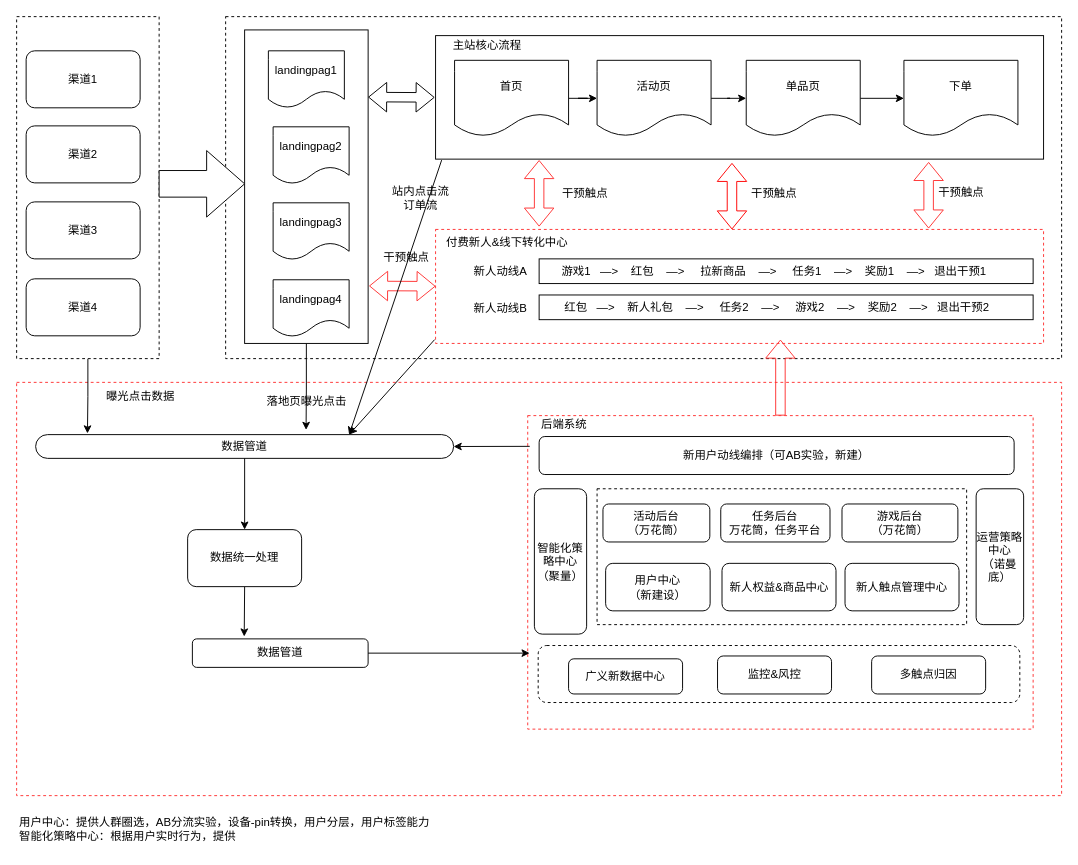
Before: Untitled Diagram.drawio in lishanlin/doc, a draw.io diagram. Source tidied: cells renumbered, new cells numbered last; positions are measured from the earlier drawing's top-left corner, leaving out a move shared by most shapes. Both pictures are drawn from the tidied source at 95%, with x=0, y=0 at pixel (16, 16).
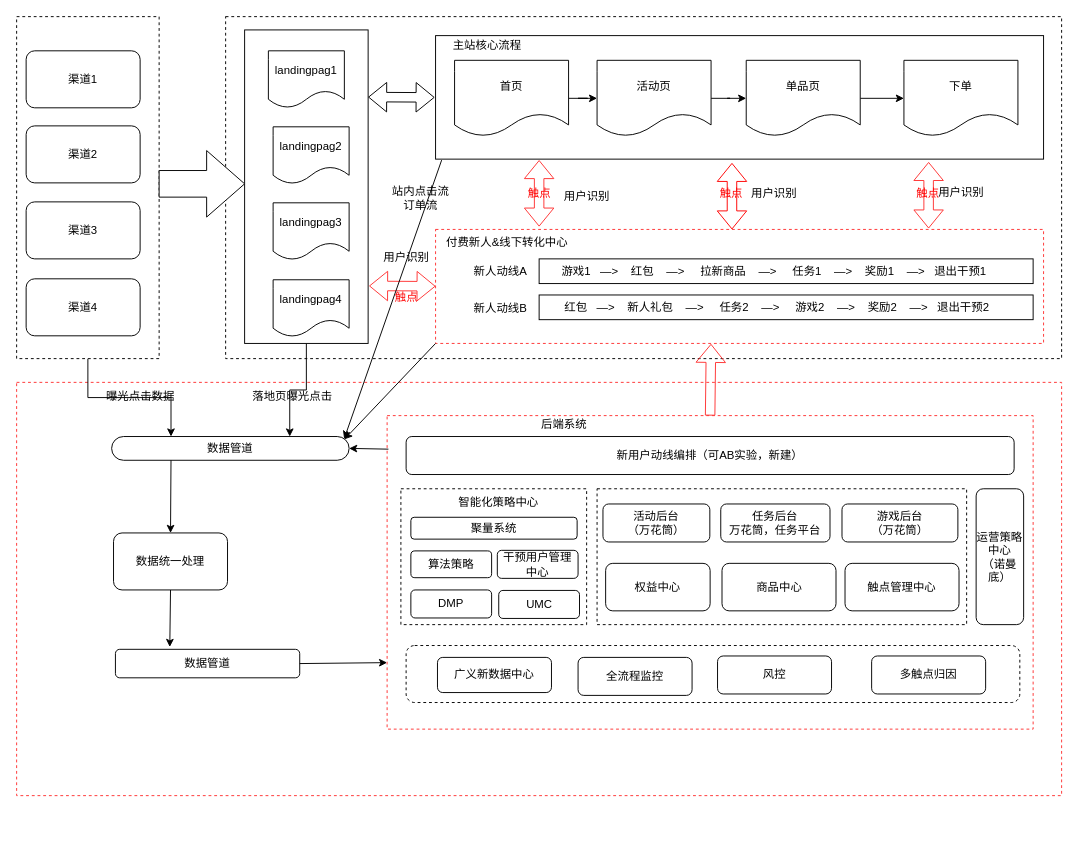
The same page after the edit.

Unchanged cells that the change refers to:
```xml
<mxCell id="5" style="rounded=0;whiteSpace=wrap;html=1;dashed=1;" parent="1" vertex="1">
  <mxGeometry width="150" height="360" as="geometry" />
</mxCell>
<mxCell id="7" style="rounded=0;whiteSpace=wrap;html=1;" parent="1" vertex="1">
  <mxGeometry x="240" y="14" width="130" height="330" as="geometry" />
</mxCell>
<mxCell id="15" style="rounded=0;whiteSpace=wrap;html=1;" parent="1" vertex="1">
  <mxGeometry x="441" y="20" width="640" height="130" as="geometry" />
</mxCell>
<mxCell id="24" style="rounded=0;whiteSpace=wrap;html=1;dashed=1;strokeColor=#FF3333;" parent="1" vertex="1">
  <mxGeometry x="441" y="224" width="640" height="120" as="geometry" />
</mxCell>
```

Change to the diagram source:
```diff
@@
-    <mxCell id="4" style="edgeStyle=orthogonalEdgeStyle;rounded=0;jettySize=auto;html=1;entryX=0.124;entryY=-0.05;entryDx=0;entryDy=0;entryPerimeter=0;" parent="1" edge="1" source="5" target="33">
+    <mxCell id="4" style="edgeStyle=orthogonalEdgeStyle;rounded=0;jettySize=auto;html=1;entryX=0.25;entryY=0;entryDx=0;entryDy=0;" parent="1" edge="1" source="5" target="33">
       <mxGeometry relative="1" as="geometry" />
     </mxCell>
@@
-    <mxCell id="6" style="edgeStyle=orthogonalEdgeStyle;rounded=0;jettySize=auto;html=1;entryX=0.647;entryY=-0.2;entryDx=0;entryDy=0;entryPerimeter=0;" parent="1" edge="1" source="7" target="33">
+    <mxCell id="6" style="edgeStyle=orthogonalEdgeStyle;rounded=0;jettySize=auto;html=1;entryX=0.75;entryY=0;entryDx=0;entryDy=0;" parent="1" edge="1" source="7" target="33">
       <mxGeometry relative="1" as="geometry" />
     </mxCell>
@@
-    <mxCell id="28" value="干预触点" style="text;html=1;align=center;verticalAlign=middle;strokeColor=none;fillColor=none;" parent="1" vertex="1">
+    <mxCell id="28" value="用户识别" style="text;html=1;align=center;verticalAlign=middle;strokeColor=none;fillColor=none;" parent="1" vertex="1">
       <mxGeometry x="761.7" y="171" width="70" height="30" as="geometry" />
     </mxCell>
-    <mxCell id="29" value="干预触点" style="text;html=1;align=center;verticalAlign=middle;strokeColor=none;fillColor=none;" parent="1" vertex="1">
+    <mxCell id="29" value="用户识别" style="text;html=1;align=center;verticalAlign=middle;strokeColor=none;fillColor=none;" parent="1" vertex="1">
       <mxGeometry x="959" y="170" width="70" height="30" as="geometry" />
     </mxCell>
-    <mxCell id="30" value="干预触点" style="text;html=1;align=center;verticalAlign=middle;strokeColor=none;fillColor=none;" parent="1" vertex="1">
-      <mxGeometry x="563" y="171" width="70" height="30" as="geometry" />
+    <mxCell id="30" value="用户识别" style="text;html=1;align=center;verticalAlign=middle;strokeColor=none;fillColor=none;" parent="1" vertex="1">
+      <mxGeometry x="565" y="175" width="70" height="30" as="geometry" />
     </mxCell>
@@
     <mxCell id="33" value="数据管道" style="rounded=1;whiteSpace=wrap;html=1;arcSize=50;" parent="1" vertex="1">
-      <mxGeometry x="20" y="440" width="440" height="25" as="geometry" />
+      <mxGeometry x="100" y="442" width="250" height="25" as="geometry" />
     </mxCell>
-    <mxCell id="34" value="干预触点" style="text;html=1;align=center;verticalAlign=middle;strokeColor=none;fillColor=none;" parent="1" vertex="1">
+    <mxCell id="34" value="用户识别" style="text;html=1;align=center;verticalAlign=middle;strokeColor=none;fillColor=none;" parent="1" vertex="1">
       <mxGeometry x="375" y="239" width="70" height="30" as="geometry" />
     </mxCell>
-    <mxCell id="35" style="endArrow=classic;html=1;rounded=0;" parent="1" edge="1">
+    <mxCell id="35" style="endArrow=classic;html=1;rounded=0;exitX=0;exitY=1;exitDx=0;exitDy=0;" parent="1" edge="1" source="24">
       <mxGeometry relative="1" as="geometry">
-        <mxPoint x="440" y="340" as="sourcePoint" />
-        <mxPoint x="350" y="440" as="targetPoint" />
+        <mxPoint x="345" y="445" as="targetPoint" />
       </mxGeometry>
     </mxCell>
@@
     <mxCell id="37" value="落地页曝光点击" style="text;html=1;align=center;verticalAlign=middle;strokeColor=none;fillColor=none;" parent="1" vertex="1">
-      <mxGeometry x="250" y="390" width="110" height="30" as="geometry" />
+      <mxGeometry x="235" y="385" width="110" height="30" as="geometry" />
     </mxCell>
-    <mxCell id="38" style="endArrow=classic;html=1;rounded=0;exitX=0.01;exitY=1.008;exitDx=0;exitDy=0;exitPerimeter=0;entryX=0.75;entryY=0;entryDx=0;entryDy=0;" parent="1" edge="1" source="15" target="33">
+    <mxCell id="38" style="endArrow=classic;html=1;rounded=0;exitX=0.01;exitY=1.008;exitDx=0;exitDy=0;exitPerimeter=0;entryX=0.979;entryY=0.1;entryDx=0;entryDy=0;entryPerimeter=0;" parent="1" edge="1" source="15" target="33">
       <mxGeometry relative="1" as="geometry" />
     </mxCell>
@@
     <mxCell id="41" value="数据统一处理" style="rounded=1;whiteSpace=wrap;html=1;" parent="1" vertex="1">
-      <mxGeometry x="180" y="540" width="120" height="60" as="geometry" />
+      <mxGeometry x="102" y="543.5" width="120" height="60" as="geometry" />
     </mxCell>
-    <mxCell id="42" style="endArrow=classic;html=1;rounded=0;entryX=0.5;entryY=0;entryDx=0;entryDy=0;exitX=0.5;exitY=1;exitDx=0;exitDy=0;" parent="1" edge="1" source="33" target="41">
+    <mxCell id="42" style="endArrow=classic;html=1;rounded=0;entryX=0.5;entryY=0;entryDx=0;entryDy=0;exitX=0.25;exitY=1;exitDx=0;exitDy=0;" parent="1" edge="1" source="33" target="41">
       <mxGeometry relative="1" as="geometry" />
     </mxCell>
     <mxCell id="43" value="数据管道" style="rounded=1;whiteSpace=wrap;html=1;" parent="1" vertex="1">
-      <mxGeometry x="185" y="655" width="185" height="30" as="geometry" />
+      <mxGeometry x="104" y="666" width="194" height="30" as="geometry" />
     </mxCell>
     <mxCell id="44" style="rounded=0;whiteSpace=wrap;html=1;dashed=1;strokeColor=#FF3333;" parent="1" vertex="1">
-      <mxGeometry x="538" y="420" width="532" height="330" as="geometry" />
+      <mxGeometry x="390" y="420" width="680" height="330" as="geometry" />
     </mxCell>
     <mxCell id="45" style="rounded=1;whiteSpace=wrap;html=1;dashed=1;" parent="1" vertex="1">
-      <mxGeometry x="549" y="662" width="507" height="60" as="geometry" />
+      <mxGeometry x="410" y="662" width="646" height="60" as="geometry" />
     </mxCell>
     <mxCell id="46" value="广义新数据中心" style="rounded=1;whiteSpace=wrap;html=1;" parent="1" vertex="1">
-      <mxGeometry x="581" y="676" width="120" height="37" as="geometry" />
+      <mxGeometry x="443" y="674.5" width="120" height="37" as="geometry" />
     </mxCell>
@@
-    <mxCell id="48" value="智能化策略中心&lt;br&gt;（聚量）" style="rounded=1;whiteSpace=wrap;html=1;" parent="1" vertex="1">
-      <mxGeometry x="545" y="497" width="55" height="153" as="geometry" />
-    </mxCell>
@@
-    <mxCell id="54" value="用户中心&lt;br&gt;（新建设）" style="rounded=1;whiteSpace=wrap;html=1;" parent="1" vertex="1">
+    <mxCell id="54" value="权益中心" style="rounded=1;whiteSpace=wrap;html=1;" parent="1" vertex="1">
       <mxGeometry x="620" y="575.5" width="110" height="50" as="geometry" />
     </mxCell>
-    <mxCell id="55" value="新人权益&amp;amp;商品中心" style="rounded=1;whiteSpace=wrap;html=1;" parent="1" vertex="1">
+    <mxCell id="55" value="商品中心" style="rounded=1;whiteSpace=wrap;html=1;" parent="1" vertex="1">
       <mxGeometry x="742.5" y="575.5" width="120" height="50" as="geometry" />
     </mxCell>
-    <mxCell id="56" value="新人触点管理中心" style="rounded=1;whiteSpace=wrap;html=1;" parent="1" vertex="1">
+    <mxCell id="56" value="触点管理中心" style="rounded=1;whiteSpace=wrap;html=1;" parent="1" vertex="1">
       <mxGeometry x="872" y="575.5" width="120" height="50" as="geometry" />
     </mxCell>
@@
     <mxCell id="59" value="新用户动线编排（可AB实验，新建）" style="rounded=1;whiteSpace=wrap;html=1;" parent="1" vertex="1">
-      <mxGeometry x="550" y="442" width="500" height="40" as="geometry" />
+      <mxGeometry x="410" y="442" width="640" height="40" as="geometry" />
     </mxCell>
-    <mxCell id="60" style="endArrow=classic;html=1;rounded=0;" parent="1" edge="1">
+    <mxCell id="60" style="endArrow=classic;html=1;rounded=0;exitX=1;exitY=0.5;exitDx=0;exitDy=0;" parent="1" edge="1" source="43">
       <mxGeometry relative="1" as="geometry">
-        <mxPoint x="370" y="670" as="sourcePoint" />
-        <mxPoint x="540" y="670" as="targetPoint" />
+        <mxPoint x="390" y="680" as="targetPoint" />
       </mxGeometry>
     </mxCell>
-    <mxCell id="61" style="endArrow=classic;html=1;rounded=0;entryX=1;entryY=0.5;entryDx=0;entryDy=0;exitX=0.004;exitY=0.098;exitDx=0;exitDy=0;exitPerimeter=0;" parent="1" edge="1" source="44" target="33">
+    <mxCell id="61" style="endArrow=classic;html=1;rounded=0;entryX=1;entryY=0.5;entryDx=0;entryDy=0;exitX=0.002;exitY=0.107;exitDx=0;exitDy=0;exitPerimeter=0;" parent="1" edge="1" source="44" target="33">
       <mxGeometry relative="1" as="geometry" />
     </mxCell>
@@
-    <mxCell id="64" value="监控&amp;amp;风控" style="rounded=1;whiteSpace=wrap;html=1;" parent="1" vertex="1">
+    <mxCell id="64" value="风控" style="rounded=1;whiteSpace=wrap;html=1;" parent="1" vertex="1">
       <mxGeometry x="737.8" y="673" width="120" height="40" as="geometry" />
     </mxCell>
-    <mxCell id="65" style="shape=flexArrow;endArrow=classic;html=1;rounded=0;strokeColor=#FF3333;exitX=0.5;exitY=0;exitDx=0;exitDy=0;" parent="1" edge="1" source="44">
-      <mxGeometry relative="1" as="geometry">
-        <mxPoint x="804" y="340" as="targetPoint" />
-      </mxGeometry>
+    <mxCell id="65" style="shape=flexArrow;endArrow=classic;html=1;rounded=0;strokeColor=#FF3333;exitX=0.5;exitY=0;exitDx=0;exitDy=0;entryX=0.453;entryY=1.004;entryDx=0;entryDy=0;entryPerimeter=0;" parent="1" edge="1" source="44" target="24">
+      <mxGeometry relative="1" as="geometry" />
     </mxCell>
-    <mxCell id="66" value="用户中心：提供人群圈选，AB分流实验，设备-pin转换，用户分层，用户标签能力&lt;br&gt;智能化策略中心：根据用户实时行为，提供" style="text;html=1;align=left;verticalAlign=middle;strokeColor=none;fillColor=none;" parent="1" vertex="1">
-      <mxGeometry x="1" y="835" width="460" height="40" as="geometry" />
-    </mxCell>
@@
+    <mxCell id="73" style="rounded=0;whiteSpace=wrap;html=1;dashed=1;" parent="1" vertex="1">
+      <mxGeometry x="404.5" y="497" width="195.5" height="143" as="geometry" />
+    </mxCell>
+    <mxCell id="74" value="&lt;span style=&quot;&quot;&gt;智能化策略中心&lt;/span&gt;" style="text;html=1;align=center;verticalAlign=middle;strokeColor=none;fillColor=none;" parent="1" vertex="1">
+      <mxGeometry x="451.7" y="497" width="110" height="30" as="geometry" />
+    </mxCell>
+    <mxCell id="48" value="聚量系统" style="rounded=1;whiteSpace=wrap;html=1;" parent="1" vertex="1">
+      <mxGeometry x="415" y="527" width="175" height="23" as="geometry" />
+    </mxCell>
+    <mxCell id="75" value="算法策略" style="rounded=1;whiteSpace=wrap;html=1;" parent="1" vertex="1">
+      <mxGeometry x="415" y="562.4" width="85" height="28.2" as="geometry" />
+    </mxCell>
+    <mxCell id="76" value="全流程监控" style="rounded=1;whiteSpace=wrap;html=1;" parent="1" vertex="1">
+      <mxGeometry x="591" y="674.5" width="120" height="40" as="geometry" />
+    </mxCell>
+    <mxCell id="77" value="触点" style="text;html=1;align=center;verticalAlign=middle;strokeColor=none;fillColor=none;fontColor=#FF0000;" parent="1" vertex="1">
+      <mxGeometry x="525" y="171" width="50" height="30" as="geometry" />
+    </mxCell>
+    <mxCell id="78" value="触点" style="text;html=1;align=center;verticalAlign=middle;strokeColor=none;fillColor=none;fontColor=#FF0000;" parent="1" vertex="1">
+      <mxGeometry x="726.8" y="171" width="50" height="30" as="geometry" />
+    </mxCell>
+    <mxCell id="79" value="触点" style="text;html=1;align=center;verticalAlign=middle;strokeColor=none;fillColor=none;fontColor=#FF0000;" parent="1" vertex="1">
+      <mxGeometry x="934" y="171" width="50" height="30" as="geometry" />
+    </mxCell>
+    <mxCell id="80" value="触点" style="text;html=1;align=center;verticalAlign=middle;strokeColor=none;fillColor=none;fontColor=#FF0000;" parent="1" vertex="1">
+      <mxGeometry x="385" y="281" width="50" height="30" as="geometry" />
+    </mxCell>
+    <mxCell id="81" value="DMP" style="rounded=1;whiteSpace=wrap;html=1;" parent="1" vertex="1">
+      <mxGeometry x="415" y="603.5" width="85" height="29.5" as="geometry" />
+    </mxCell>
+    <mxCell id="82" value="UMC" style="rounded=1;whiteSpace=wrap;html=1;" parent="1" vertex="1">
+      <mxGeometry x="507.5" y="604" width="85" height="29.5" as="geometry" />
+    </mxCell>
+    <mxCell id="83" value="干预用户管理中心" style="rounded=1;whiteSpace=wrap;html=1;" parent="1" vertex="1">
+      <mxGeometry x="506" y="561.8" width="85" height="29.5" as="geometry" />
+    </mxCell>
```
